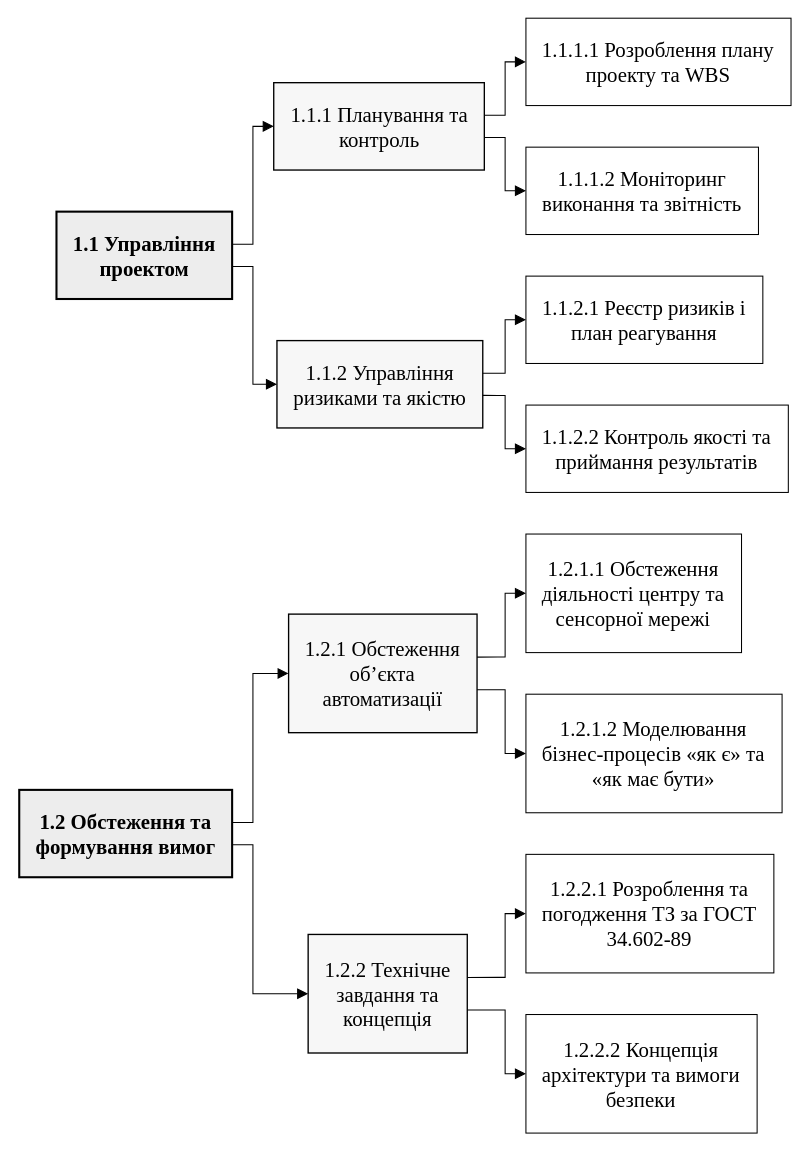
Before: lab1/drawio/10_WBS_1.1_1.2.drawio in KravAvfv/-_2026, a draw.io diagram. Source tidied: cells renumbered, new cells numbered last; positions are measured from the earlier drawing's top-left corner, leaving out a move shared by most shapes. Both pictures are drawn from the tidied source at 104%, with x=0, y=0 at pixel (19, 18).
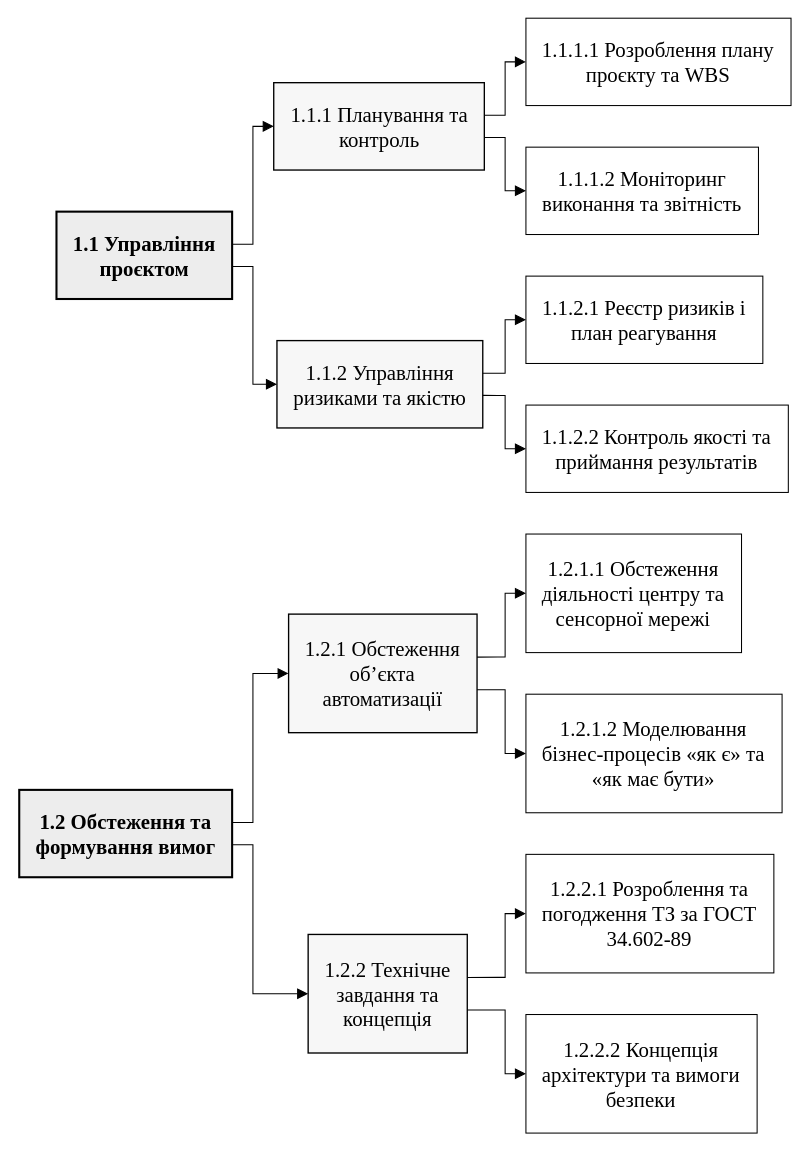
After the change.

Change to the diagram source:
```diff
@@
-    <mxCell id="2" value="1.1 Управління&lt;br&gt;проектом" style="rounded=0;whiteSpace=wrap;html=1;fontFamily=Times New Roman;fontSize=20;fontColor=#000000;fillColor=#EDEDED;strokeColor=#000000;strokeWidth=2;fontStyle=1;spacingLeft=4;spacingRight=4;" parent="1" vertex="1">
+    <mxCell id="2" value="1.1 Управління&lt;br&gt;проєктом" style="rounded=0;whiteSpace=wrap;html=1;fontFamily=Times New Roman;fontSize=20;fontColor=#000000;fillColor=#EDEDED;strokeColor=#000000;strokeWidth=2;fontStyle=1;spacingLeft=4;spacingRight=4;" parent="1" vertex="1">
       <mxGeometry x="35.8" y="186" width="168.9" height="84" as="geometry" />
     </mxCell>
@@
-    <mxCell id="4" value="1.1.1.1 Розроблення плану&lt;br&gt;проекту та WBS" style="rounded=0;whiteSpace=wrap;html=1;fontFamily=Times New Roman;fontSize=20;fontColor=#000000;fillColor=#FFFFFF;strokeColor=#000000;strokeWidth=1;fontStyle=0;spacingLeft=4;spacingRight=4;" parent="1" vertex="1">
+    <mxCell id="4" value="1.1.1.1 Розроблення плану&lt;br&gt;проєкту та WBS" style="rounded=0;whiteSpace=wrap;html=1;fontFamily=Times New Roman;fontSize=20;fontColor=#000000;fillColor=#FFFFFF;strokeColor=#000000;strokeWidth=1;fontStyle=0;spacingLeft=4;spacingRight=4;" parent="1" vertex="1">
       <mxGeometry x="487.2" width="254.9" height="84" as="geometry" />
     </mxCell>
```
